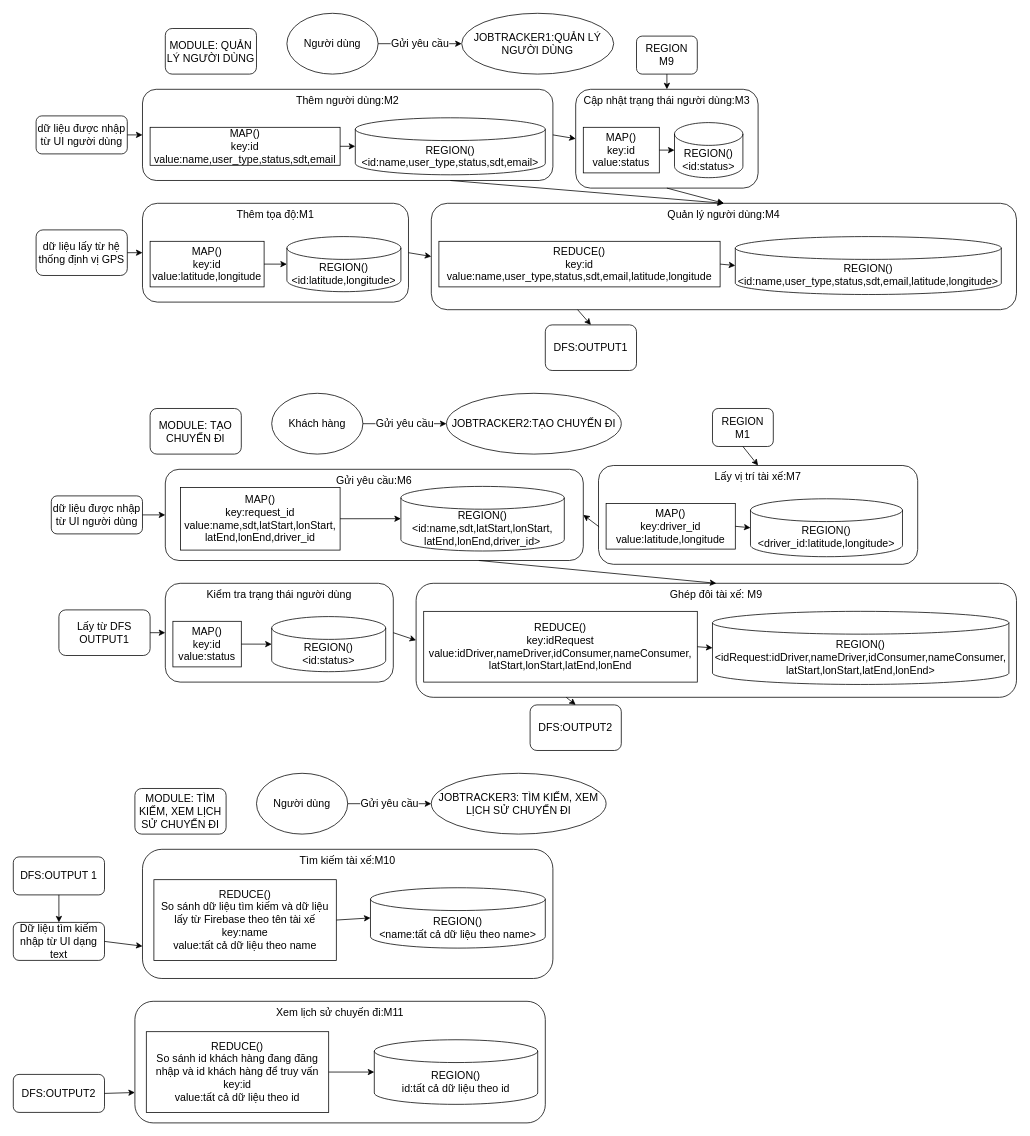
Above: Untitled Diagram.drawio in nguyenmanhtuan2004/bigdataproject (draw.io), before the change. Source tidied: cells renumbered, new cells numbered last; positions are measured from the earlier drawing's top-left corner, leaving out a move shared by most shapes. Both pictures are drawn from the tidied source at 76%, with x=0, y=0 at pixel (13, 13).
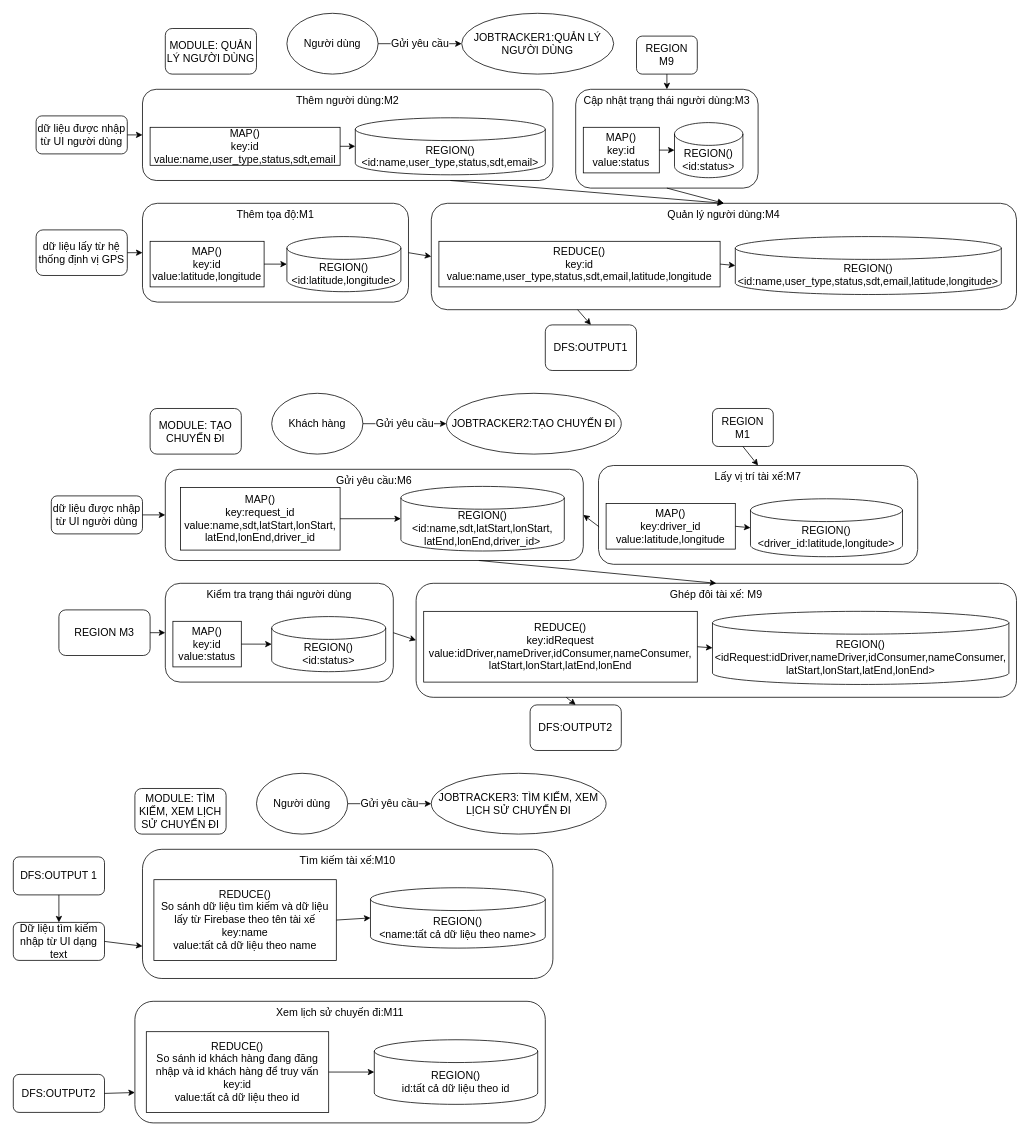
The same page after the edit.

The change refers to these unchanged cells:
```xml
<mxCell id="8" value="Thêm người dùng:M2&lt;div&gt;&lt;br&gt;&lt;/div&gt;" style="rounded=1;whiteSpace=wrap;html=1;verticalAlign=top;fontSize=14;" parent="1" vertex="1">
  <mxGeometry x="170" y="100" width="540" height="120" as="geometry" />
</mxCell>
<mxCell id="16" value="&lt;div&gt;Cập nhật trạng thái người dùng:M3&lt;/div&gt;" style="rounded=1;whiteSpace=wrap;html=1;verticalAlign=top;fontSize=14;" parent="1" vertex="1">
  <mxGeometry x="740" y="100" width="240" height="130" as="geometry" />
</mxCell>
```

Change to the diagram source:
```diff
@@
-    <mxCell id="21" style="endArrow=classic;html=1;rounded=0;entryX=0;entryY=0.5;entryDx=0;entryDy=0;exitX=1;exitY=0.5;exitDx=0;exitDy=0;" parent="1" edge="1" source="8" target="16">
-      <mxGeometry relative="1" as="geometry" />
-    </mxCell>
@@
-    <mxCell id="35" value="Lấy từ DFS OUTPUT1" style="rounded=1;whiteSpace=wrap;html=1;fontSize=14;" parent="1" vertex="1">
+    <mxCell id="35" value="REGION M3" style="rounded=1;whiteSpace=wrap;html=1;fontSize=14;" parent="1" vertex="1">
       <mxGeometry x="60" y="785" width="120" height="60" as="geometry" />
     </mxCell>
```
